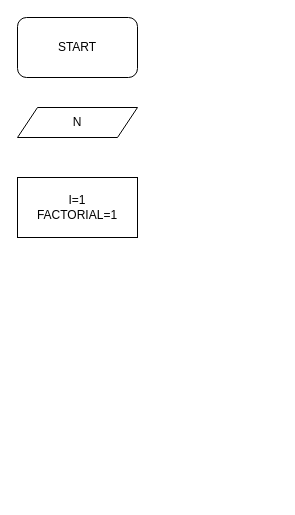
Earlier version of the draw.io diagram factorial.drawio (dym1try/python). Source tidied: cells renumbered, new cells numbered last; positions are measured from the earlier drawing's top-left corner, leaving out a move shared by most shapes. Both pictures are drawn from the tidied source at 100%, with x=0, y=0 at pixel (17, 17).
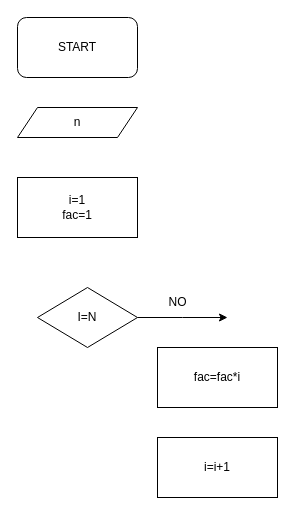
The same page after the edit.

Change to the diagram source:
```diff
@@
 <mxGraphModel>
   <root>
     <mxCell id="0" />
     <mxCell id="1" parent="0" />
     <mxCell id="2" value="START" style="rounded=1;whiteSpace=wrap;html=1;" parent="1" vertex="1">
       <mxGeometry width="120" height="60" as="geometry" />
     </mxCell>
-    <mxCell id="3" value="N" style="shape=parallelogram;perimeter=parallelogramPerimeter;whiteSpace=wrap;html=1;fixedSize=1;" parent="1" vertex="1">
+    <mxCell id="3" value="n" style="shape=parallelogram;perimeter=parallelogramPerimeter;whiteSpace=wrap;html=1;fixedSize=1;" parent="1" vertex="1">
       <mxGeometry y="90" width="120" height="30" as="geometry" />
     </mxCell>
-    <mxCell id="4" value="I=1&lt;br&gt;FACTORIAL=1" style="rounded=0;whiteSpace=wrap;html=1;" parent="1" vertex="1">
+    <mxCell id="4" value="i=1&lt;br&gt;fac=1" style="rounded=0;whiteSpace=wrap;html=1;" parent="1" vertex="1">
       <mxGeometry y="160" width="120" height="60" as="geometry" />
     </mxCell>
+    <mxCell id="5" style="edgeStyle=orthogonalEdgeStyle;rounded=0;jettySize=auto;html=1;" parent="1" edge="1" source="6">
+      <mxGeometry relative="1" as="geometry">
+        <mxPoint x="210" y="300" as="targetPoint" />
+      </mxGeometry>
+    </mxCell>
+    <mxCell id="6" value="I=N" style="rhombus;whiteSpace=wrap;html=1;" parent="1" vertex="1">
+      <mxGeometry x="20" y="270" width="100" height="60" as="geometry" />
+    </mxCell>
+    <mxCell id="7" value="NO" style="text;html=1;align=center;verticalAlign=middle;strokeColor=none;fillColor=none;" parent="1" vertex="1">
+      <mxGeometry x="140" y="270" width="40" height="30" as="geometry" />
+    </mxCell>
+    <mxCell id="8" value="fac=fac*i" style="rounded=0;whiteSpace=wrap;html=1;" parent="1" vertex="1">
+      <mxGeometry x="140" y="330" width="120" height="60" as="geometry" />
+    </mxCell>
+    <mxCell id="9" value="i=i+1" style="rounded=0;whiteSpace=wrap;html=1;" parent="1" vertex="1">
+      <mxGeometry x="140" y="420" width="120" height="60" as="geometry" />
+    </mxCell>
   </root>
 </mxGraphModel>
```
